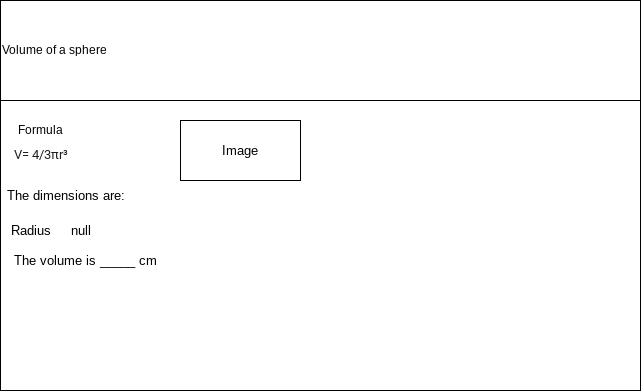
This is designs/storyboard.png from AvaVenturino/ICS20-Unit-6-04-JS, a draw.io export, as it was before one commit. Source tidied: cells renumbered, new cells last; positions are measured from the earlier drawing's top-left corner, leaving out a move shared by most shapes. Its diagram source:
```xml
<mxGraphModel>
  <root>
    <mxCell id="0" />
    <mxCell id="1" parent="0" />
    <mxCell id="2" style="rounded=0;whiteSpace=wrap;html=1;" parent="1" vertex="1">
      <mxGeometry width="640" height="390" as="geometry" />
    </mxCell>
    <mxCell id="3" value="Volume of a sphere" style="rounded=0;whiteSpace=wrap;html=1;align=left;" parent="1" vertex="1">
      <mxGeometry width="640" height="100" as="geometry" />
    </mxCell>
    <mxCell id="4" value="Formula" style="text;html=1;align=center;verticalAlign=middle;strokeColor=none;fillColor=none;" parent="1" vertex="1">
      <mxGeometry x="10" y="120" width="60" height="20" as="geometry" />
    </mxCell>
    <mxCell id="5" value="&lt;h4 style=&quot;padding: 0px ; font-family: &amp;#34;roboto&amp;#34; , &amp;#34;helvetica&amp;#34; , &amp;#34;arial&amp;#34; , sans-serif ; font-weight: 400 ; line-height: 32px ; margin: 24px 0px 16px ; color: rgba(0 , 0 , 0 , 0.87)&quot;&gt;&lt;font style=&quot;font-size: 13px&quot;&gt;V= 4/3πr³&lt;/font&gt;&lt;/h4&gt;" style="text;html=1;align=center;verticalAlign=middle;strokeColor=none;fillColor=none;" parent="1" vertex="1">
      <mxGeometry x="5" y="110" width="70" height="80" as="geometry" />
    </mxCell>
    <mxCell id="6" value="The dimensions are:" style="text;html=1;align=center;verticalAlign=middle;strokeColor=none;fillColor=none;fontSize=13;" parent="1" vertex="1">
      <mxGeometry y="185" width="130" height="20" as="geometry" />
    </mxCell>
    <mxCell id="7" value="Radius" style="text;html=1;align=center;verticalAlign=middle;strokeColor=none;fillColor=none;fontSize=13;" parent="1" vertex="1">
      <mxGeometry y="220" width="60" height="20" as="geometry" />
    </mxCell>
    <mxCell id="8" value="null" style="text;html=1;align=center;verticalAlign=middle;strokeColor=none;fillColor=none;fontSize=13;" parent="1" vertex="1">
      <mxGeometry x="60" y="220" width="40" height="20" as="geometry" />
    </mxCell>
    <mxCell id="9" value="The volume is _____ cm" style="text;html=1;align=center;verticalAlign=middle;strokeColor=none;fillColor=none;fontSize=13;" parent="1" vertex="1">
      <mxGeometry x="5" y="250" width="160" height="20" as="geometry" />
    </mxCell>
    <mxCell id="10" value="Image" style="rounded=0;whiteSpace=wrap;html=1;labelBackgroundColor=none;fontSize=13;" parent="1" vertex="1">
      <mxGeometry x="180" y="120" width="120" height="60" as="geometry" />
    </mxCell>
  </root>
</mxGraphModel>
```
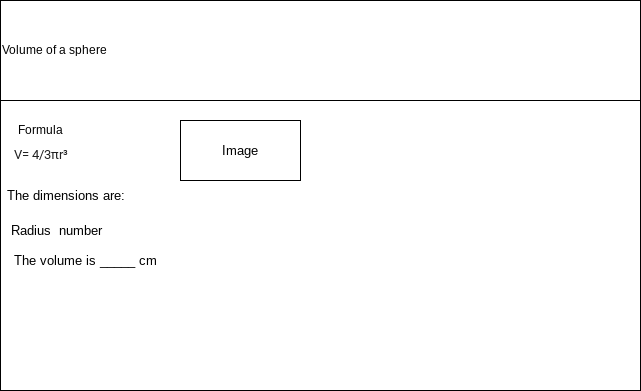
Later version of the same file.

Commit message:
added to story board

Change to the diagram source:
```diff
@@ -20,8 +20,8 @@
     <mxCell id="7" value="Radius" style="text;html=1;align=center;verticalAlign=middle;strokeColor=none;fillColor=none;fontSize=13;" parent="1" vertex="1">
       <mxGeometry y="220" width="60" height="20" as="geometry" />
     </mxCell>
-    <mxCell id="8" value="null" style="text;html=1;align=center;verticalAlign=middle;strokeColor=none;fillColor=none;fontSize=13;" parent="1" vertex="1">
-      <mxGeometry x="60" y="220" width="40" height="20" as="geometry" />
+    <mxCell id="8" value="number" style="text;html=1;align=center;verticalAlign=middle;strokeColor=none;fillColor=none;fontSize=13;" parent="1" vertex="1">
+      <mxGeometry x="50" y="220" width="60" height="20" as="geometry" />
     </mxCell>
     <mxCell id="9" value="The volume is _____ cm" style="text;html=1;align=center;verticalAlign=middle;strokeColor=none;fillColor=none;fontSize=13;" parent="1" vertex="1">
       <mxGeometry x="5" y="250" width="160" height="20" as="geometry" />
```
